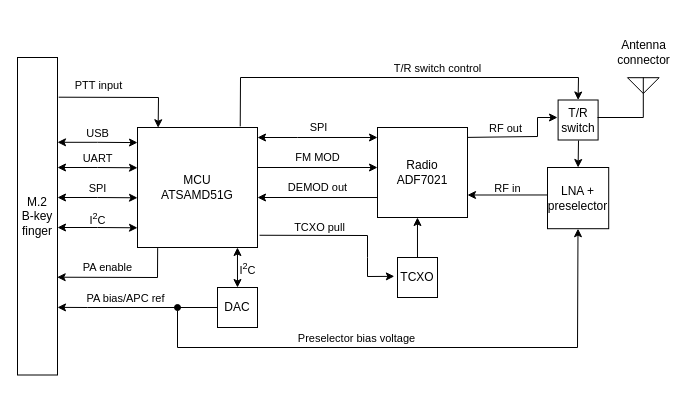
This is documentation/RC-1_block_diagram.drawio from OpenRTX/RC-1, a draw.io file, before an edit. Source tidied: cells renumbered, new cells numbered last; positions are measured from the earlier drawing's top-left corner, leaving out a move shared by most shapes. Both pictures are drawn from the tidied source at 100%, with x=0, y=0 at pixel (17, 37).
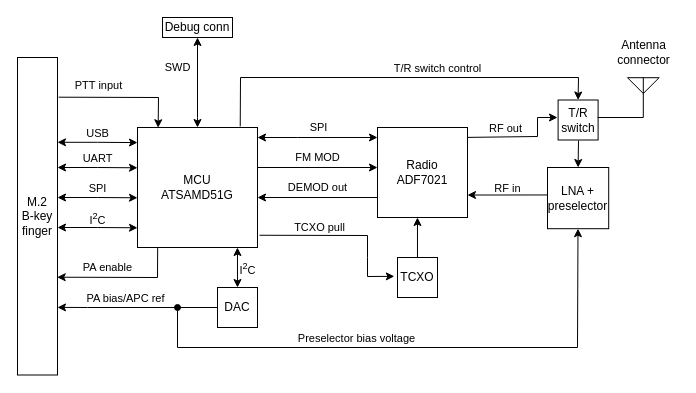
The same page after the edit.

Commit message (it also covers changes not shown here):
Added missing SWD connection to block diagram

The change refers to these unchanged cells:
```xml
<mxCell id="2" value="MCU&lt;br&gt;ATSAMD51G" style="whiteSpace=wrap;html=1;" parent="1" vertex="1">
  <mxGeometry x="120" y="90" width="120" height="120" as="geometry" />
</mxCell>
```

What changed in the source:
```diff
@@
+    <mxCell id="44" value="Debug conn" style="rounded=0;whiteSpace=wrap;html=1;" parent="1" vertex="1">
+      <mxGeometry x="145" y="-20" width="70" height="20" as="geometry" />
+    </mxCell>
+    <mxCell id="45" value="SWD" style="endArrow=classic;startArrow=classic;html=1;rounded=0;targetPerimeterSpacing=0;strokeColor=default;exitX=0.5;exitY=1;exitDx=0;exitDy=0;entryX=0.5;entryY=0;entryDx=0;entryDy=0;" parent="1" edge="1" source="44" target="2">
+      <mxGeometry x="-0.33" y="-20" relative="1" as="geometry">
+        <Array as="points">
+          <mxPoint x="180" y="80" />
+        </Array>
+      </mxGeometry>
+    </mxCell>
```
